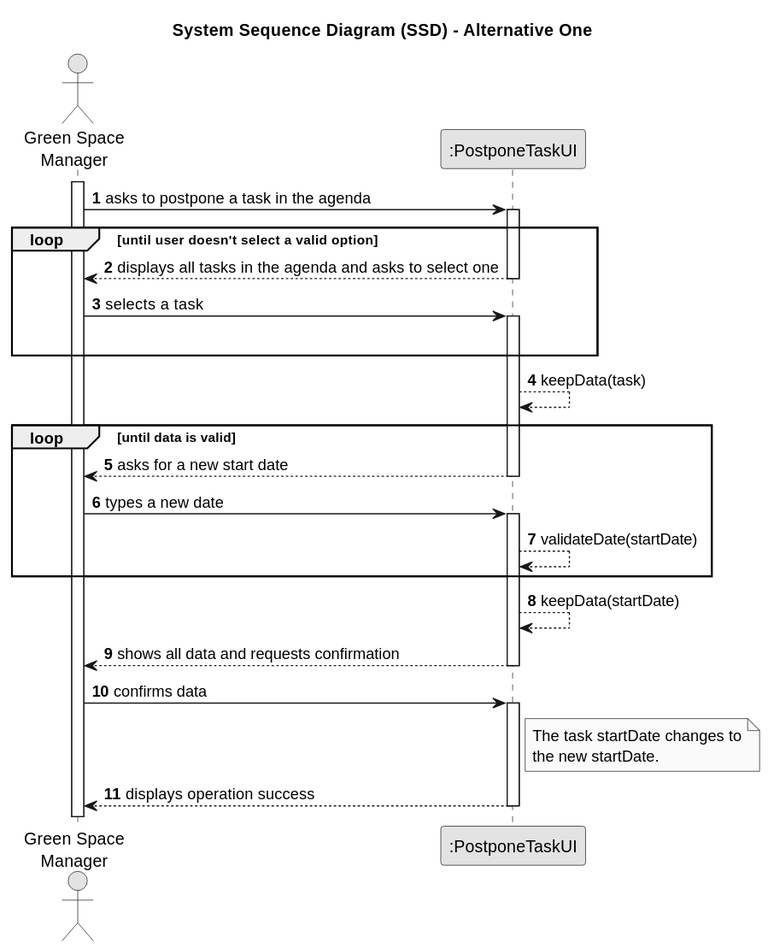
Rui-San/LAPR2_2023_2024 keeps this PlantUML diagram as docs/sprintC/us024/01.requirements-engineering/svg/us024-system-sequence-diagram.svg. Above is the earlier version.
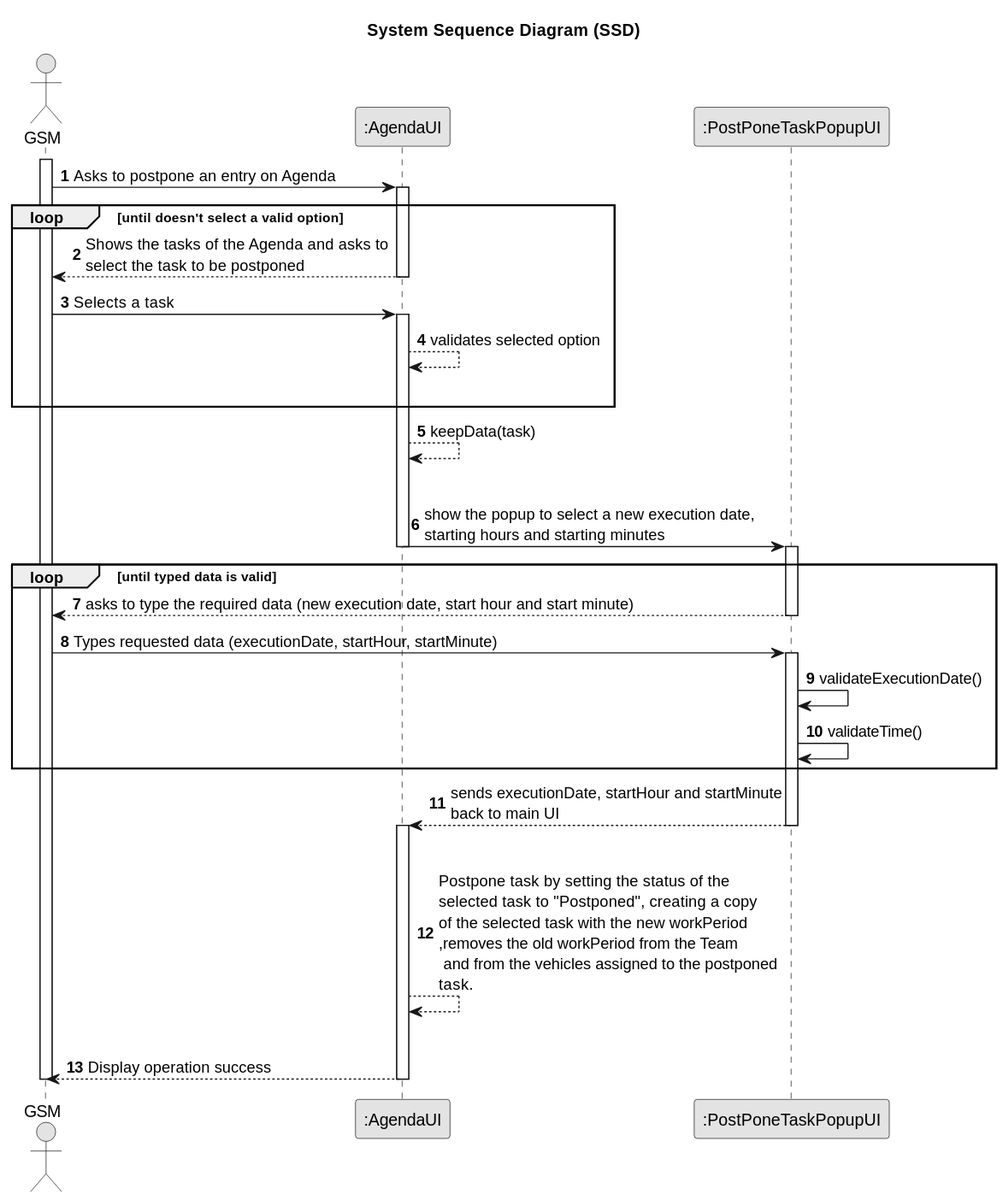
The same file after the commit.

Commit message:
US24 - Sequence System Diagram

The edit, as a diff of the source:
```diff
@@ -3,44 +3,57 @@
 skinparam packageStyle rectangle
 skinparam shadowing false
 
-title System Sequence Diagram (SSD) - Alternative One
+title System Sequence Diagram (SSD)
 
 autonumber
 
-actor "Green Space\nManager" as GSM
-participant ":PostponeTaskUI" as UI
+actor "GSM" as GSM
+participant ":AgendaUI" as UI
+participant ":PostPoneTaskPopupUI" as Popup
 
 activate GSM
 
-    GSM -> UI : asks to postpone a task in the agenda
+    GSM -> UI : Asks to postpone an entry on Agenda
+
     activate UI
-loop until user doesn't select a valid option
-        UI --> GSM : displays all tasks in the agenda and asks to select one
+        loop until doesn't select a valid option
+        UI --> GSM : Shows the tasks of the Agenda and asks to\nselect the task to be postponed
     deactivate UI
 
-    GSM -> UI : selects a task
+    GSM -> UI : Selects a task
     activate UI
-    |||
-end loop
+    UI --> UI : validates selected option
+        |||
+        end
+
         UI --> UI : keepData(task)
-loop until data is valid
-        UI --> GSM : asks for a new start date
+        |||
+
+        UI -> Popup : show the popup to select a new execution date,\nstarting hours and starting minutes
     deactivate UI
 
-    GSM -> UI : types a new date
+    activate Popup
+loop until typed data is valid
+        Popup --> GSM : asks to type the required data (new execution date, start hour and start minute)
+    deactivate Popup
+
+    GSM -> Popup : Types requested data (executionDate, startHour, startMinute)
+    activate Popup
+
+        Popup -> Popup : validateExecutionDate()
+        Popup -> Popup : validateTime()
+end loop
+        Popup --> UI : sends executionDate, startHour and startMinute\nback to main UI
+    deactivate Popup
+
     activate UI
-        UI --> UI : validateDate(startDate)
-end loop
-        UI --> UI : keepData(startDate)
-        UI --> GSM : shows all data and requests confirmation
+        |||
+        UI --> UI : Postpone task by setting the status of the\nselected task to "Postponed", creating a copy\nof the selected task with the new workPeriod\n,removes the old workPeriod from the Team\n and from the vehicles assigned to the postponed\ntask.
+        |||
+        UI --> GSM : Display operation success
+
+
     deactivate UI
 
-    GSM -> UI : confirms data
-    activate UI
-        note right of UI
-            The task startDate changes to
-            the new startDate.
-        end note
-        UI --> GSM : displays operation success
-    deactivate UI
+deactivate GSM
 @enduml
```
